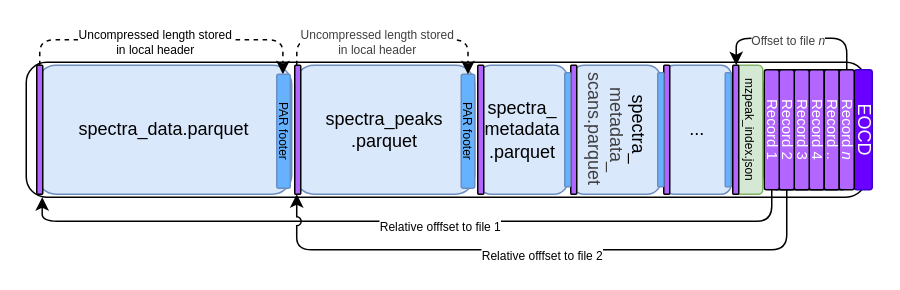
HUPO-PSI/mzPeak-specification keeps this draw.io diagram as docs/assets/img/zip-structure-p1.drawio. Above is the earlier version. Source tidied: cells renumbered, new cells numbered last; positions are measured from the earlier drawing's top-left corner, leaving out a move shared by most shapes. Both pictures are drawn from the tidied source at 150%, with x=0, y=0 at pixel (26, 38).
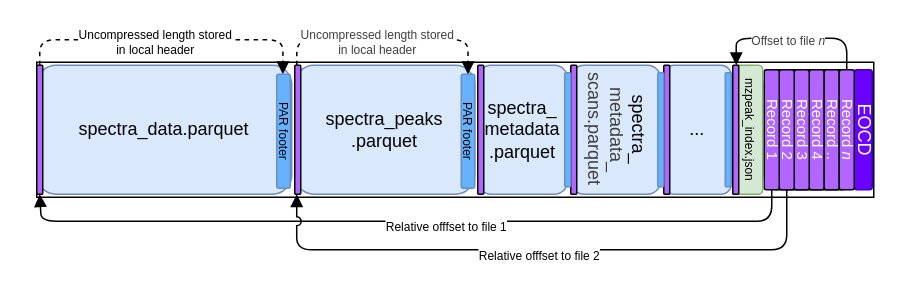
The same diagram, later.

The change refers to these unchanged cells:
```xml
<mxCell id="11" value="Record 2" style="rounded=1;whiteSpace=wrap;html=1;roundedPerimeter=1;fillColor=#B266FF;fontColor=#ffffff;strokeColor=#000000;textDirection=vertical-lr;fontSize=10;" parent="2" vertex="1">
  <mxGeometry x="502" y="21" width="10" height="80" as="geometry" />
</mxCell>
<mxCell id="14" value="Record 1" style="rounded=1;whiteSpace=wrap;html=1;roundedPerimeter=1;fillColor=#B266FF;fontColor=#ffffff;strokeColor=#000000;textDirection=vertical-lr;fontSize=10;" parent="2" vertex="1">
  <mxGeometry x="492" y="21" width="10" height="80" as="geometry" />
</mxCell>
<mxCell id="18" style="rounded=1;whiteSpace=wrap;html=1;roundedPerimeter=1;fillColor=#B266FF;" parent="2" vertex="1">
  <mxGeometry x="179" y="18" width="4" height="86" as="geometry" />
</mxCell>
<mxCell id="21" style="rounded=1;whiteSpace=wrap;html=1;roundedPerimeter=1;fillColor=#B266FF;" parent="2" vertex="1">
  <mxGeometry x="7" y="18" width="4" height="86" as="geometry" />
</mxCell>
<mxCell id="25" value="&lt;font style=&quot;font-size: 8px;&quot;&gt;mzpeak_index.json&lt;/font&gt;" style="rounded=1;whiteSpace=wrap;html=1;roundedPerimeter=1;fillColor=#d5e8d4;strokeColor=#82b366;textDirection=vertical-lr;" parent="2" vertex="1">
  <mxGeometry x="471" y="18" width="20" height="86" as="geometry" />
</mxCell>
<mxCell id="29" value="Record &lt;i style=&quot;color: rgb(255, 255, 255);&quot;&gt;n&lt;/i&gt;" style="rounded=1;whiteSpace=wrap;html=1;roundedPerimeter=1;fillColor=#B266FF;fontColor=#ffffff;strokeColor=#000000;textDirection=vertical-lr;fontSize=10;" parent="2" vertex="1">
  <mxGeometry x="542" y="21" width="10" height="80" as="geometry" />
</mxCell>
<mxCell id="30" value="&lt;font style=&quot;font-size: 8px; line-height: 100%;&quot;&gt;PAR footer&lt;/font&gt;" style="rounded=1;whiteSpace=wrap;html=1;roundedPerimeter=1;fillColor=#66B2FF;strokeColor=#6c8ebf;textDirection=vertical-rl;labelPosition=center;verticalLabelPosition=middle;align=center;verticalAlign=middle;spacing=0;spacingBottom=0;spacingRight=3;" parent="2" vertex="1">
  <mxGeometry x="167" y="24" width="9" height="76" as="geometry" />
</mxCell>
<mxCell id="31" value="&lt;font style=&quot;font-size: 8px; line-height: 100%;&quot;&gt;PAR footer&lt;/font&gt;" style="rounded=1;whiteSpace=wrap;html=1;roundedPerimeter=1;fillColor=#66B2FF;strokeColor=#6c8ebf;textDirection=vertical-rl;labelPosition=center;verticalLabelPosition=middle;align=center;verticalAlign=middle;spacing=0;spacingBottom=0;spacingRight=3;" parent="2" vertex="1">
  <mxGeometry x="290" y="24" width="9" height="76" as="geometry" />
</mxCell>
```

Change to the diagram source:
```diff
@@
     <mxCell id="2" style="group;" parent="1" vertex="1">
-      <mxGeometry width="564" height="141" as="geometry" />
+      <mxGeometry width="565" height="141" as="geometry" />
     </mxCell>
-    <mxCell id="3" style="rounded=1;whiteSpace=wrap;html=1;roundedPerimeter=1;" parent="2" vertex="1">
-      <mxGeometry y="16" width="560" height="90" as="geometry" />
+    <mxCell id="3" style="rounded=1;whiteSpace=wrap;html=1;roundedPerimeter=1;arcSize=0;" parent="2" vertex="1">
+      <mxGeometry x="7" y="16" width="558" height="90" as="geometry" />
     </mxCell>
@@
-    <mxCell id="12" style="edgeStyle=orthogonalEdgeStyle;html=1;exitX=0.5;exitY=1;exitDx=0;exitDy=0;entryX=0.019;entryY=1;entryDx=0;entryDy=0;libavoidRouting=1;" parent="2" edge="1" source="14" target="3">
-      <mxGeometry x="-0.27" relative="1" as="geometry">
+    <mxCell id="12" style="edgeStyle=orthogonalEdgeStyle;html=1;exitX=0.5;exitY=1;exitDx=0;exitDy=0;entryX=0.5;entryY=1;entryDx=0;entryDy=0;endArrow=block;endFill=1;" parent="2" edge="1" source="14" target="21">
+      <mxGeometry x="-0.29" relative="1" as="geometry">
         <Array as="points">
           <mxPoint x="497" y="122" />
-          <mxPoint x="11" y="122" />
+          <mxPoint x="10" y="122" />
         </Array>
       </mxGeometry>
     </mxCell>
     <mxCell id="13" value="&lt;font style=&quot;font-size: 8px;&quot;&gt;Relative offfset to file 1&lt;/font&gt;" style="edgeLabel;html=1;align=center;verticalAlign=middle;labelPosition=center;verticalLabelPosition=middle;" parent="12" vertex="1">
-      <mxGeometry x="-0.07" y="2" relative="1" as="geometry" />
+      <mxGeometry x="-0.09" y="2" relative="1" as="geometry" />
     </mxCell>
@@
-    <mxCell id="19" style="html=1;exitX=0.5;exitY=0;exitDx=0;exitDy=0;entryX=0.457;entryY=0.004;entryDx=0;entryDy=0;edgeStyle=orthogonalEdgeStyle;dashed=1;" parent="2" edge="1" source="21" target="30">
+    <mxCell id="19" style="html=1;exitX=0.5;exitY=0;exitDx=0;exitDy=0;entryX=0.457;entryY=0.004;entryDx=0;entryDy=0;edgeStyle=orthogonalEdgeStyle;dashed=1;endArrow=block;endFill=1;" parent="2" edge="1" source="21" target="30">
       <mxGeometry x="-0.07" relative="1" as="geometry">
         <Array as="points">
           <mxPoint x="9" y="1" />
           <mxPoint x="171.1" y="1" />
         </Array>
       </mxGeometry>
     </mxCell>
@@
-    <mxCell id="27" style="edgeStyle=orthogonalEdgeStyle;html=1;exitX=0.5;exitY=0;exitDx=0;exitDy=0;entryX=0.117;entryY=0;entryDx=0;entryDy=0;libavoidRouting=1;fontSize=8;" parent="2" edge="1" source="29" target="25">
+    <mxCell id="27" style="edgeStyle=orthogonalEdgeStyle;html=1;exitX=0.5;exitY=0;exitDx=0;exitDy=0;entryX=0.117;entryY=0;entryDx=0;entryDy=0;libavoidRouting=1;fontSize=8;endArrow=block;endFill=1;" parent="2" edge="1" source="29" target="25">
       <mxGeometry x="-0.06" relative="1" as="geometry">
         <Array as="points">
           <mxPoint x="547" />
           <mxPoint x="473" />
         </Array>
       </mxGeometry>
     </mxCell>
@@
-    <mxCell id="35" style="edgeStyle=orthogonalEdgeStyle;html=1;exitX=0.5;exitY=1;exitDx=0;exitDy=0;entryX=0.37;entryY=0.888;entryDx=0;entryDy=0;jumpStyle=arc;" parent="2" edge="1" source="11" target="18">
+    <mxCell id="35" style="edgeStyle=orthogonalEdgeStyle;html=1;exitX=0.5;exitY=1;exitDx=0;exitDy=0;entryX=0.37;entryY=0.888;entryDx=0;entryDy=0;jumpStyle=arc;endArrow=block;endFill=1;" parent="2" edge="1" source="11" target="18">
       <mxGeometry x="-0.17" relative="1" as="geometry">
         <Array as="points">
           <mxPoint x="507" y="141" />
           <mxPoint x="180.3" y="141" />
         </Array>
       </mxGeometry>
     </mxCell>
     <mxCell id="36" value="&lt;font style=&quot;font-size: 8px;&quot;&gt;Relative offfset to file 2&lt;/font&gt;" style="edgeLabel;html=1;align=center;verticalAlign=middle;labelPosition=center;verticalLabelPosition=middle;" parent="35" vertex="1">
-      <mxGeometry x="0.01" y="2" relative="1" as="geometry" />
+      <mxGeometry x="0.02" y="2" relative="1" as="geometry" />
     </mxCell>
-    <mxCell id="37" style="html=1;exitX=0.332;exitY=-0.019;exitDx=0;exitDy=0;entryX=0.5;entryY=0;entryDx=0;entryDy=0;edgeStyle=orthogonalEdgeStyle;dashed=1;" parent="2" edge="1" source="18" target="31">
+    <mxCell id="37" style="html=1;exitX=0.332;exitY=-0.019;exitDx=0;exitDy=0;entryX=0.5;entryY=0;entryDx=0;entryDy=0;edgeStyle=orthogonalEdgeStyle;dashed=1;endArrow=block;endFill=1;" parent="2" edge="1" source="18" target="31">
       <mxGeometry x="0.18" relative="1" as="geometry">
         <Array as="points">
           <mxPoint x="180.4" y="1" />
           <mxPoint x="294.5" y="1" />
         </Array>
       </mxGeometry>
     </mxCell>
```
